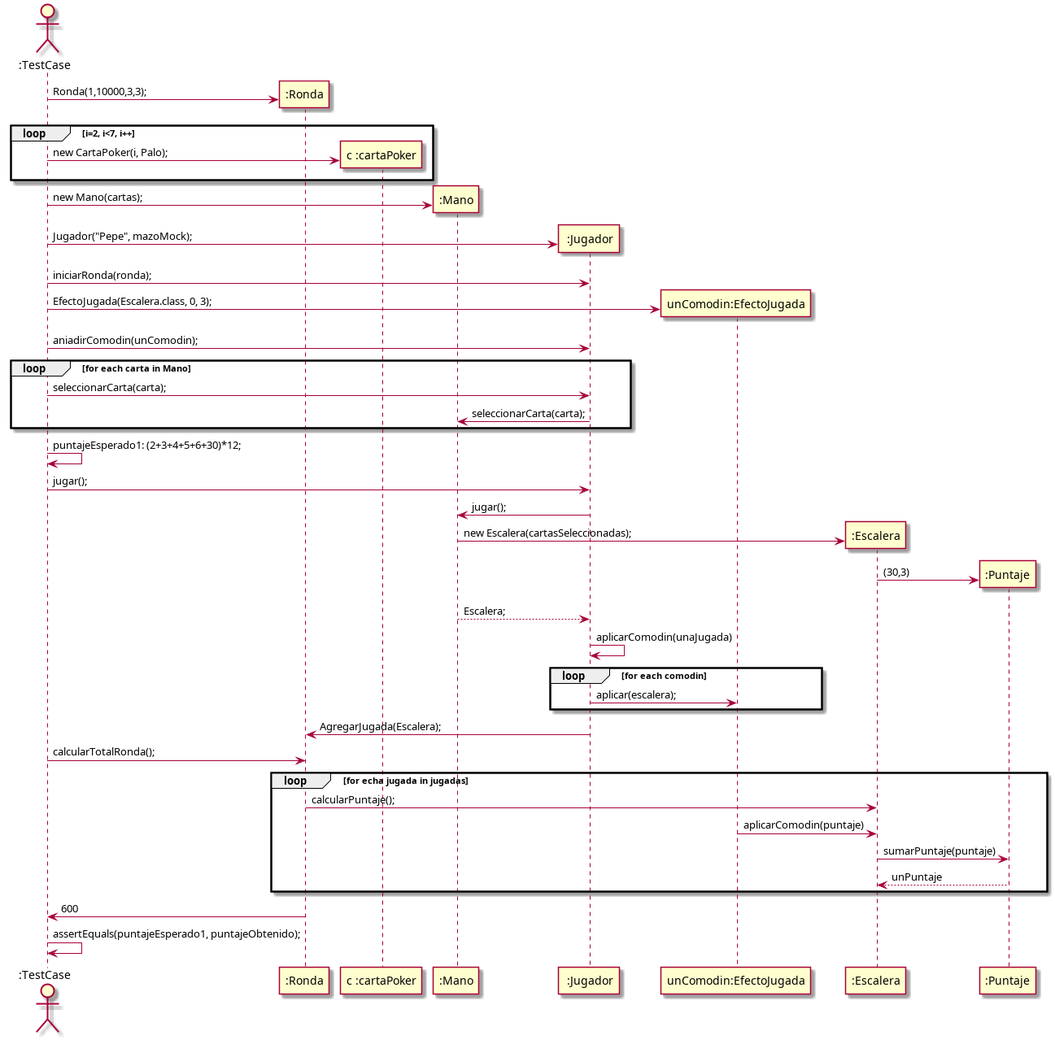
Above: diagrams/sequences/Entrega2/test01Integracion.png in carruizdiaz1109/UBAlatro (PlantUML), before the change. Its source is kept beside it as diagrams/sequences/Entrega2/test01Integracion.puml. The source it was exported from:
```plantuml
@startuml

actor ":TestCase" as user
participant ":Ronda" as ronda
participant "c :cartaPoker" as carta
participant ":Mano" as mano
participant " :Jugador" as jugador
participant "unComodin:EfectoJugada" as comodin

user -> ronda**: Ronda(1,10000,3,3);
loop i=2, i<7, i++
    user ->  carta**:new CartaPoker(i, Palo);
end
user -> mano**: new Mano(cartas);
user -> jugador**: Jugador("Pepe", mazoMock);
user -> jugador: iniciarRonda(ronda);

user -> comodin **: EfectoJugada(Escalera.class, 0, 3);
user -> jugador :aniadirComodin(unComodin);
loop for each carta in Mano
    user -> jugador: seleccionarCarta(carta);
    jugador -> mano: seleccionarCarta(carta);
end

user -> user: puntajeEsperado1: (2+3+4+5+6+30)*12;
user -> jugador:jugar();
jugador -> mano: jugar();
mano -> ":Escalera" as escalera**: new Escalera(cartasSeleccionadas);
escalera -> ":Puntaje" as puntaje**: (30,3)
mano --> jugador: Escalera;
jugador -> jugador: aplicarComodin(unaJugada)
loop for each comodin
   jugador -> comodin: aplicar(escalera);
end
jugador -> ronda: AgregarJugada(Escalera);
user -> ronda: calcularTotalRonda();
loop for echa jugada in jugadas
    ronda -> escalera: calcularPuntaje();
    comodin -> escalera: aplicarComodin(puntaje)
    escalera -> puntaje: sumarPuntaje(puntaje)
    puntaje --> escalera: unPuntaje
end
ronda -> user: 600
user -> user: assertEquals(puntajeEsperado1, puntajeObtenido);




@enduml
```
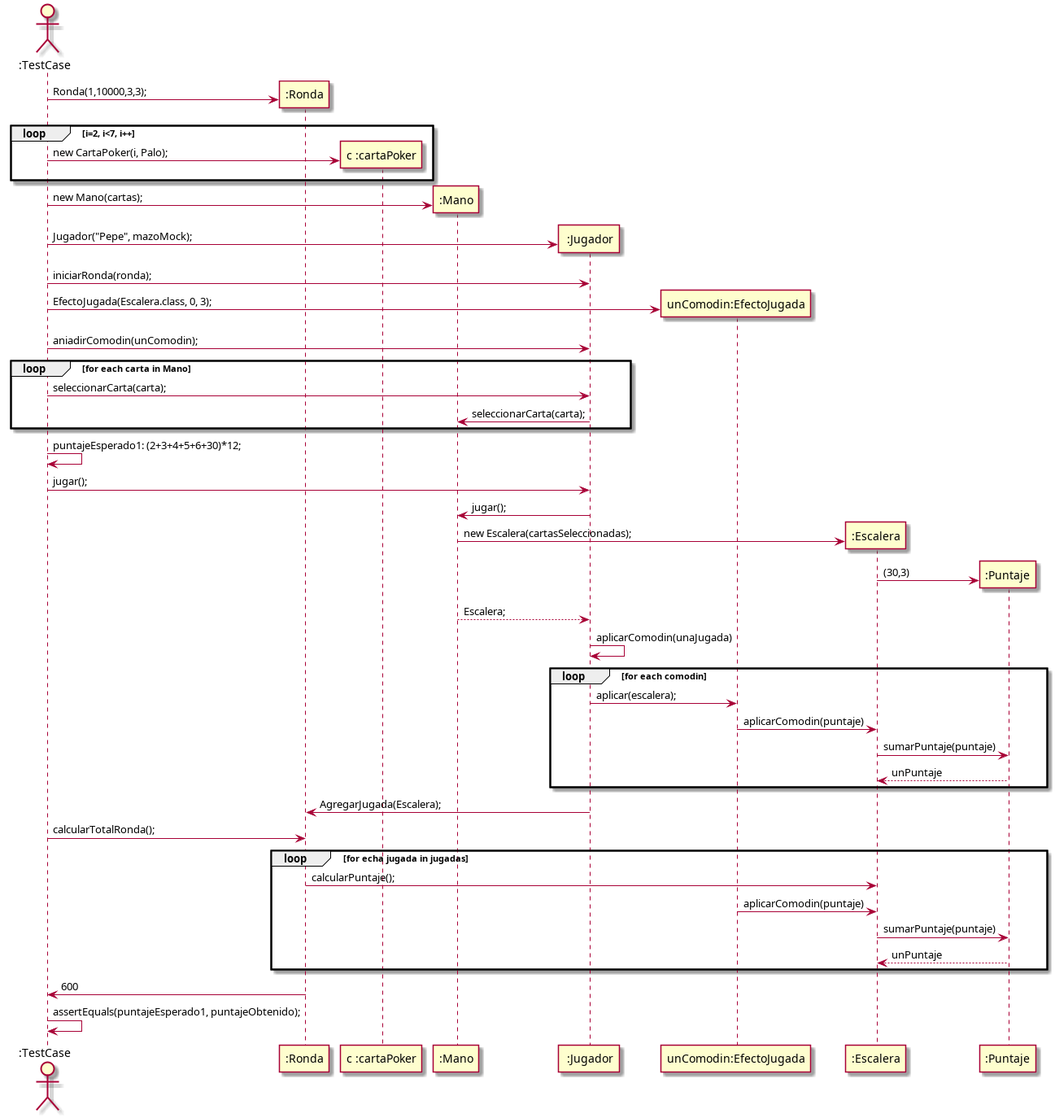
The same file after the commit.

Change to the diagram source:
```diff
@@ -31,6 +31,9 @@
 jugador -> jugador: aplicarComodin(unaJugada)
 loop for each comodin
    jugador -> comodin: aplicar(escalera);
+    comodin -> escalera: aplicarComodin(puntaje)
+    escalera -> puntaje: sumarPuntaje(puntaje)
+    puntaje --> escalera: unPuntaje
 end
 jugador -> ronda: AgregarJugada(Escalera);
 user -> ronda: calcularTotalRonda();
```
